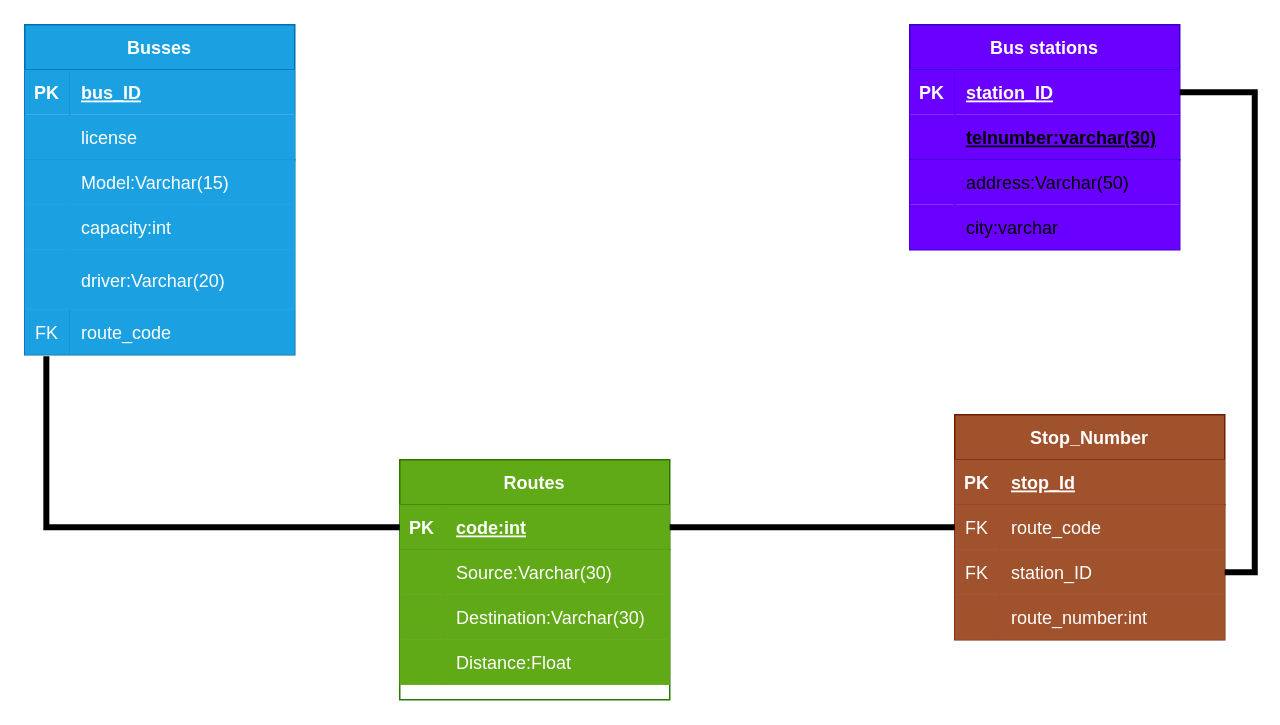
Before: page "Page-4" (4 of 4) of diagrams.drawio in 5elami/mysqlday2MS, a draw.io diagram. Source tidied: cells renumbered, new cells numbered last; positions are measured from the earlier drawing's top-left corner, leaving out a move shared by most shapes. Both pictures are drawn from the tidied source at 150%, with x=0, y=0 at pixel (24, 24).
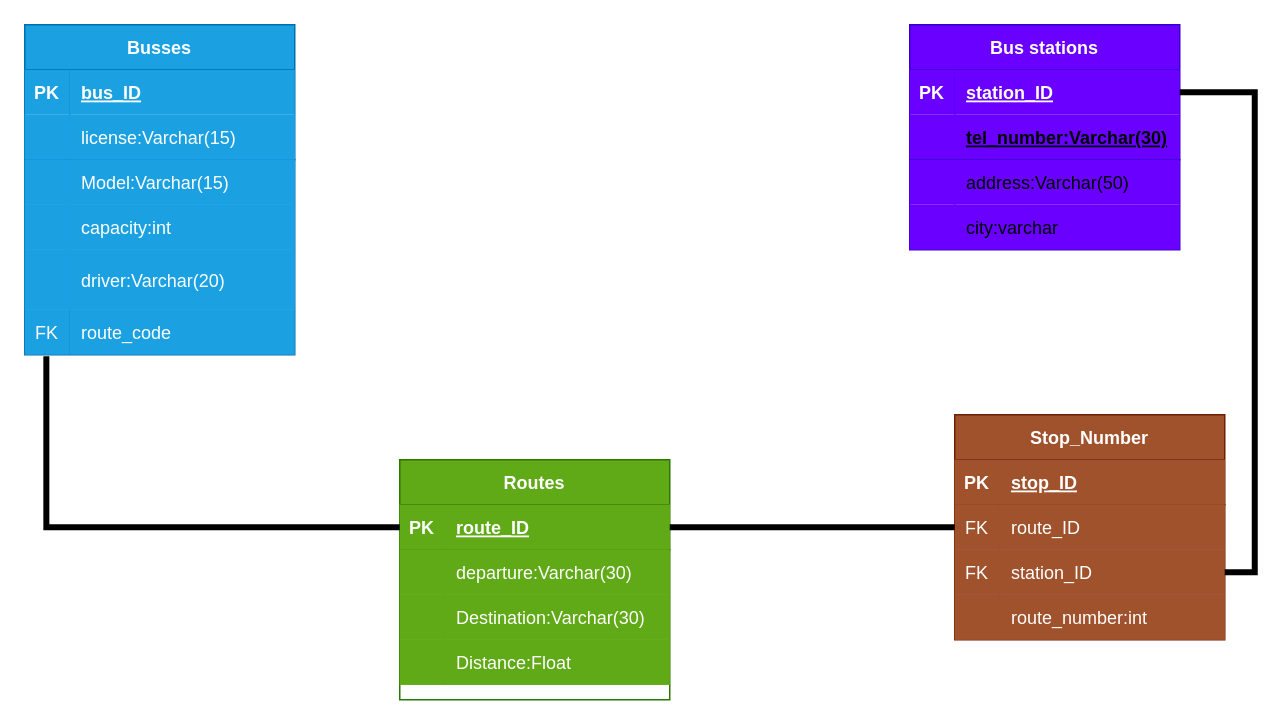
After the change.

Unchanged cells that the change refers to:
```xml
<mxCell id="3" style="shape=partialRectangle;fillColor=#60a917;top=0;left=0;bottom=1;right=0;points=[[0,0.5],[1,0.5]];portConstraint=eastwest;strokeColor=#2D7600;fontColor=#ffffff;" parent="2" vertex="1">
  <mxGeometry y="30" width="180" height="30" as="geometry" />
</mxCell>
<mxCell id="6" style="shape=partialRectangle;fillColor=#60a917;top=0;left=0;bottom=0;right=0;strokeColor=#2D7600;fontColor=#ffffff;" parent="2" vertex="1">
  <mxGeometry y="60" width="180" height="30" as="geometry" />
</mxCell>
<mxCell id="19" style="shape=partialRectangle;fillColor=#1ba1e2;top=0;left=0;bottom=1;right=0;strokeColor=#006EAF;fontColor=#ffffff;" parent="15" vertex="1">
  <mxGeometry y="60" width="180" height="30" as="geometry" />
</mxCell>
<mxCell id="38" style="shape=partialRectangle;fillColor=#6a00ff;top=0;left=0;bottom=1;right=0;strokeColor=#3700CC;fontColor=#ffffff;" parent="34" vertex="1">
  <mxGeometry y="60" width="180" height="30" as="geometry" />
</mxCell>
<mxCell id="48" style="shape=partialRectangle;fillColor=#a0522d;top=0;left=0;bottom=1;right=0;strokeColor=#6D1F00;fontColor=#ffffff;" parent="47" vertex="1">
  <mxGeometry y="30" width="180" height="30" as="geometry" />
</mxCell>
<mxCell id="51" style="shape=partialRectangle;fillColor=#a0522d;top=0;left=0;bottom=0;right=0;points=[[0,0.5],[1,0.5]];portConstraint=eastwest;strokeColor=#6D1F00;fontColor=#ffffff;" parent="47" vertex="1">
  <mxGeometry y="60" width="180" height="30" as="geometry" />
</mxCell>
```

Diff of the diagram source:
```diff
@@
-    <mxCell id="5" value="code:int" style="shape=partialRectangle;fillColor=#60a917;top=0;left=0;bottom=0;right=0;align=left;spacingLeft=6;fontStyle=5;overflow=hidden;strokeColor=#2D7600;fontColor=#ffffff;" parent="3" vertex="1">
+    <mxCell id="5" value="route_ID" style="shape=partialRectangle;fillColor=#60a917;top=0;left=0;bottom=0;right=0;align=left;spacingLeft=6;fontStyle=5;overflow=hidden;strokeColor=#2D7600;fontColor=#ffffff;" parent="3" vertex="1">
       <mxGeometry x="30" width="150" height="30" as="geometry" />
     </mxCell>
@@
-    <mxCell id="8" value="Source:Varchar(30)" style="shape=partialRectangle;fillColor=#60a917;top=0;left=0;bottom=0;right=0;align=left;spacingLeft=6;overflow=hidden;strokeColor=#2D7600;fontColor=#ffffff;" parent="6" vertex="1">
+    <mxCell id="8" value="departure:Varchar(30)" style="shape=partialRectangle;fillColor=#60a917;top=0;left=0;bottom=0;right=0;align=left;spacingLeft=6;overflow=hidden;strokeColor=#2D7600;fontColor=#ffffff;" parent="6" vertex="1">
       <mxGeometry x="30" width="150" height="30" as="geometry" />
     </mxCell>
@@
-    <mxCell id="21" value="license" style="shape=partialRectangle;fillColor=#1ba1e2;top=0;left=0;bottom=0;right=0;align=left;spacingLeft=6;fontStyle=0;overflow=hidden;strokeColor=#006EAF;fontColor=#ffffff;" parent="19" vertex="1">
+    <mxCell id="21" value="license:Varchar(15)" style="shape=partialRectangle;fillColor=#1ba1e2;top=0;left=0;bottom=0;right=0;align=left;spacingLeft=6;fontStyle=0;overflow=hidden;strokeColor=#006EAF;fontColor=#ffffff;" parent="19" vertex="1">
       <mxGeometry x="30" width="150" height="30" as="geometry" />
     </mxCell>
@@
-    <mxCell id="40" value="telnumber:varchar(30)" style="shape=partialRectangle;fillColor=none;top=0;left=0;bottom=0;right=0;align=left;spacingLeft=6;fontStyle=5;overflow=hidden;" parent="38" vertex="1">
+    <mxCell id="40" value="tel_number:Varchar(30)" style="shape=partialRectangle;fillColor=none;top=0;left=0;bottom=0;right=0;align=left;spacingLeft=6;fontStyle=5;overflow=hidden;" parent="38" vertex="1">
       <mxGeometry x="30" width="150" height="30" as="geometry" />
     </mxCell>
@@
-    <mxCell id="50" value="stop_Id" style="shape=partialRectangle;fillColor=#a0522d;top=0;left=0;bottom=0;right=0;align=left;spacingLeft=6;fontStyle=5;overflow=hidden;strokeColor=#6D1F00;fontColor=#ffffff;" parent="48" vertex="1">
+    <mxCell id="50" value="stop_ID" style="shape=partialRectangle;fillColor=#a0522d;top=0;left=0;bottom=0;right=0;align=left;spacingLeft=6;fontStyle=5;overflow=hidden;strokeColor=#6D1F00;fontColor=#ffffff;" parent="48" vertex="1">
       <mxGeometry x="30" width="150" height="30" as="geometry" />
     </mxCell>
@@
-    <mxCell id="53" value="route_code" style="shape=partialRectangle;fillColor=#a0522d;top=0;left=0;bottom=0;right=0;align=left;spacingLeft=6;overflow=hidden;strokeColor=#6D1F00;fontColor=#ffffff;" parent="51" vertex="1">
+    <mxCell id="53" value="route_ID" style="shape=partialRectangle;fillColor=#a0522d;top=0;left=0;bottom=0;right=0;align=left;spacingLeft=6;overflow=hidden;strokeColor=#6D1F00;fontColor=#ffffff;" parent="51" vertex="1">
       <mxGeometry x="30" width="150" height="30" as="geometry" />
     </mxCell>
```
